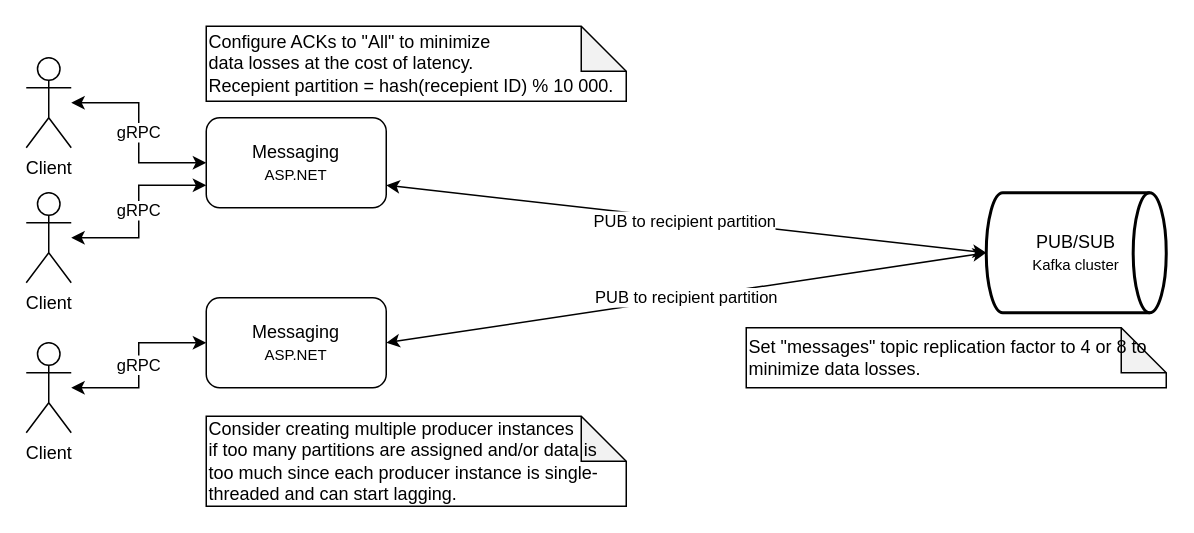
Earlier version of the draw.io diagram docs/cecochat-04-message-send.drawio (cvetomir-todorov/CecoChat). Source tidied: cells renumbered, new cells numbered last; positions are measured from the earlier drawing's top-left corner, leaving out a move shared by most shapes. Both pictures are drawn from the tidied source at 150%, with x=0, y=0 at pixel (26, 26).
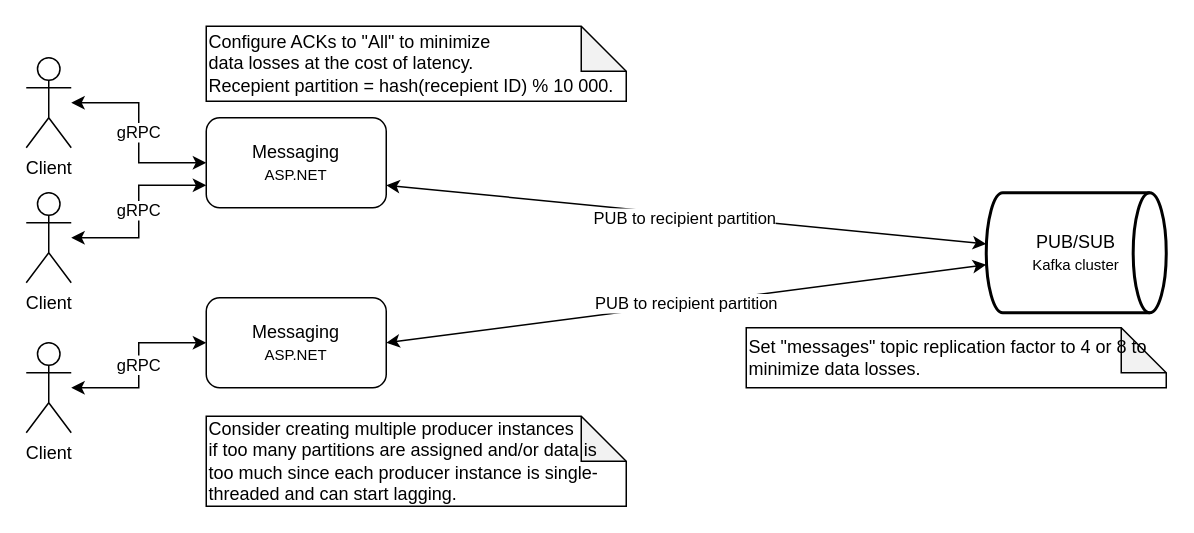
Above is the later version.

Change to the diagram source:
```diff
@@
 <mxGraphModel>
   <root>
     <mxCell id="0" />
     <mxCell id="1" parent="0" />
     <mxCell id="2" value="gRPC" style="edgeStyle=orthogonalEdgeStyle;rounded=0;jettySize=auto;html=1;entryX=0;entryY=0.5;entryDx=0;entryDy=0;startArrow=classic;startFill=1;" parent="1" edge="1" source="3" target="9">
       <mxGeometry relative="1" as="geometry" />
     </mxCell>
     <mxCell id="3" value="Client" style="shape=umlActor;verticalLabelPosition=bottom;verticalAlign=top;html=1;outlineConnect=0;" parent="1" vertex="1">
       <mxGeometry y="21" width="30" height="60" as="geometry" />
     </mxCell>
     <mxCell id="4" value="gRPC" style="edgeStyle=orthogonalEdgeStyle;rounded=0;jettySize=auto;html=1;entryX=0;entryY=0.5;entryDx=0;entryDy=0;startArrow=classic;startFill=1;" parent="1" edge="1" source="5" target="11">
       <mxGeometry relative="1" as="geometry" />
     </mxCell>
     <mxCell id="5" value="Client" style="shape=umlActor;verticalLabelPosition=bottom;verticalAlign=top;html=1;outlineConnect=0;" parent="1" vertex="1">
       <mxGeometry y="211" width="30" height="60" as="geometry" />
     </mxCell>
     <mxCell id="6" value="gRPC" style="edgeStyle=orthogonalEdgeStyle;rounded=0;jettySize=auto;html=1;entryX=0;entryY=0.75;entryDx=0;entryDy=0;startArrow=classic;startFill=1;" parent="1" edge="1" source="7" target="9">
       <mxGeometry relative="1" as="geometry" />
     </mxCell>
     <mxCell id="7" value="Client" style="shape=umlActor;verticalLabelPosition=bottom;verticalAlign=top;html=1;outlineConnect=0;" parent="1" vertex="1">
       <mxGeometry y="111" width="30" height="60" as="geometry" />
     </mxCell>
-    <mxCell id="8" value="PUB to recipient partition" style="rounded=0;jettySize=auto;html=1;entryX=0;entryY=0.5;entryDx=0;entryDy=0;entryPerimeter=0;startArrow=classic;startFill=1;exitX=1;exitY=0.75;exitDx=0;exitDy=0;" parent="1" edge="1" source="9" target="12">
+    <mxCell id="8" value="PUB to recipient partition" style="rounded=0;jettySize=auto;html=1;startArrow=classic;startFill=1;exitX=1;exitY=0.75;exitDx=0;exitDy=0;" parent="1" edge="1" source="9" target="12">
       <mxGeometry y="-2" relative="1" as="geometry">
         <mxPoint x="-1" as="offset" />
       </mxGeometry>
     </mxCell>
     <mxCell id="9" value="&lt;font style=&quot;font-size: 12px&quot;&gt;Messaging&lt;/font&gt;&lt;br&gt;&lt;font style=&quot;font-size: 10px&quot;&gt;ASP.NET&lt;/font&gt;" style="rounded=1;whiteSpace=wrap;html=1;" parent="1" vertex="1">
       <mxGeometry x="120" y="61" width="120" height="60" as="geometry" />
     </mxCell>
-    <mxCell id="10" value="PUB to recipient partition" style="edgeStyle=none;rounded=0;jettySize=auto;html=1;entryX=0;entryY=0.5;entryDx=0;entryDy=0;entryPerimeter=0;startArrow=classic;startFill=1;exitX=1;exitY=0.5;exitDx=0;exitDy=0;" parent="1" edge="1" source="11" target="12">
+    <mxCell id="10" value="PUB to recipient partition" style="edgeStyle=none;rounded=0;jettySize=auto;html=1;startArrow=classic;startFill=1;exitX=1;exitY=0.5;exitDx=0;exitDy=0;entryX=0;entryY=0.6;entryDx=0;entryDy=0;entryPerimeter=0;" parent="1" edge="1" source="11" target="12">
       <mxGeometry relative="1" as="geometry" />
     </mxCell>
     <mxCell id="11" value="Messaging&lt;br&gt;&lt;font style=&quot;font-size: 10px&quot;&gt;ASP.NET&lt;/font&gt;" style="rounded=1;whiteSpace=wrap;html=1;" parent="1" vertex="1">
       <mxGeometry x="120" y="181" width="120" height="60" as="geometry" />
     </mxCell>
     <mxCell id="12" value="PUB/SUB&lt;br&gt;&lt;font style=&quot;font-size: 10px&quot;&gt;Kafka cluster&lt;/font&gt;" style="strokeWidth=2;html=1;shape=mxgraph.flowchart.direct_data;whiteSpace=wrap;" parent="1" vertex="1">
       <mxGeometry x="640" y="111" width="120" height="80" as="geometry" />
     </mxCell>
     <mxCell id="13" value="Set &quot;messages&quot; topic replication factor to 4 or 8 to minimize data losses." style="shape=note;whiteSpace=wrap;html=1;backgroundOutline=1;darkOpacity=0.05;align=left;" parent="1" vertex="1">
       <mxGeometry x="480" y="201" width="280" height="40" as="geometry" />
     </mxCell>
     <mxCell id="14" value="Configure ACKs to &quot;All&quot; to minimize&lt;br&gt;data losses at the cost of latency.&lt;br&gt;Recepient partition = hash(recepient ID) % 10 000." style="shape=note;whiteSpace=wrap;html=1;backgroundOutline=1;darkOpacity=0.05;align=left;" parent="1" vertex="1">
       <mxGeometry x="120" width="280" height="50" as="geometry" />
     </mxCell>
     <mxCell id="15" value="Consider creating multiple producer instances&lt;br&gt;if too many partitions are assigned and/or data is too much since each producer instance is single-threaded and can start lagging." style="shape=note;whiteSpace=wrap;html=1;backgroundOutline=1;darkOpacity=0.05;align=left;" parent="1" vertex="1">
       <mxGeometry x="120" y="260" width="280" height="60" as="geometry" />
     </mxCell>
   </root>
 </mxGraphModel>
```
